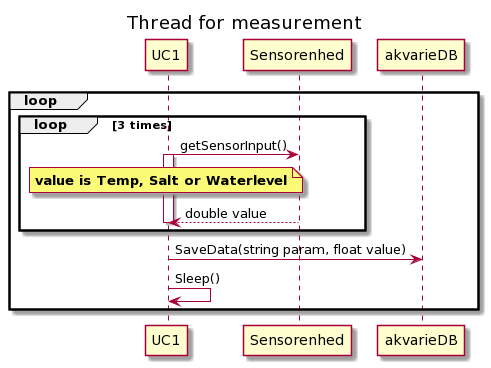
This is Design/CC/Funktionssekvens/UseCase1/FunkSekvens1_Measurement.png from Solvgraa-mager/E4PRJ4, a PlantUML export, as it was before one commit. Source of this version:
```plantuml
@startuml
title Thread for measurement
participant UC1
participant Sensorenhed
participant akvarieDB

loop
loop 3 times
UC1 -> Sensorenhed: getSensorInput()

note over UC1
**value is Temp, Salt or Waterlevel**
endrnote

activate UC1
Sensorenhed--> UC1: double value
deactivate UC1
end
UC1 -> akvarieDB: SaveData(string param, float value)
UC1 -> UC1: Sleep()
end
@enduml
```
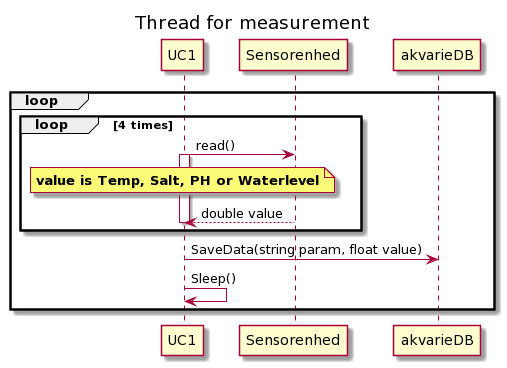
Above is the later version.

Commit message:
getSensorinput() -> read()

What changed in the source:
```diff
@@ -5,11 +5,11 @@
 participant akvarieDB
 
 loop
-loop 3 times
-UC1 -> Sensorenhed: getSensorInput()
+loop 4 times
+UC1 -> Sensorenhed: read()
 
 note over UC1
-**value is Temp, Salt or Waterlevel**
+**value is Temp, Salt, PH or Waterlevel**
 endrnote
 
 activate UC1
```
